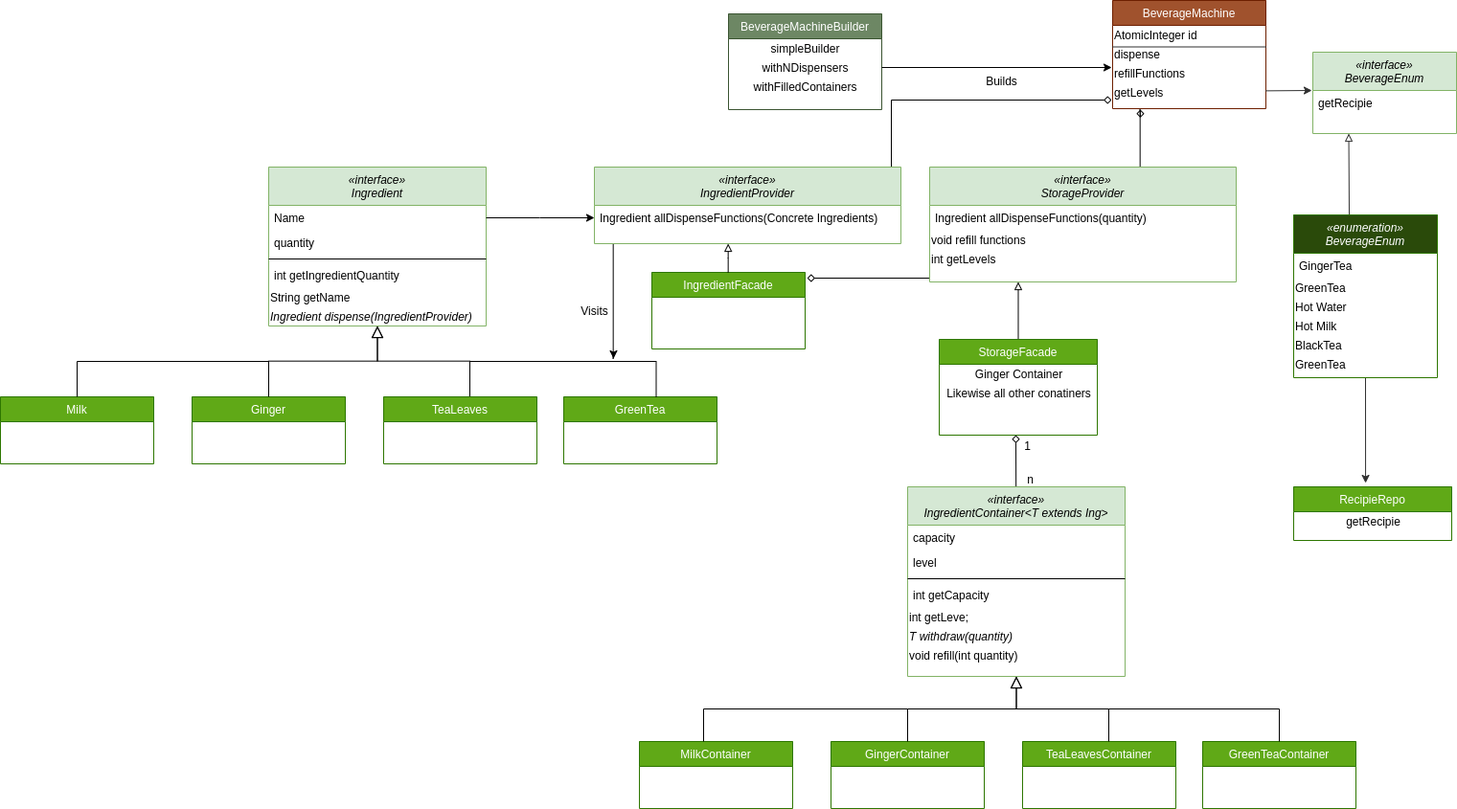
Before: beverage_machine.png, a diagram exported from draw.io (kushagra-explore/beverage-machine). Source tidied: cells renumbered, new cells last; positions are measured from the earlier drawing's top-left corner, leaving out a move shared by most shapes.
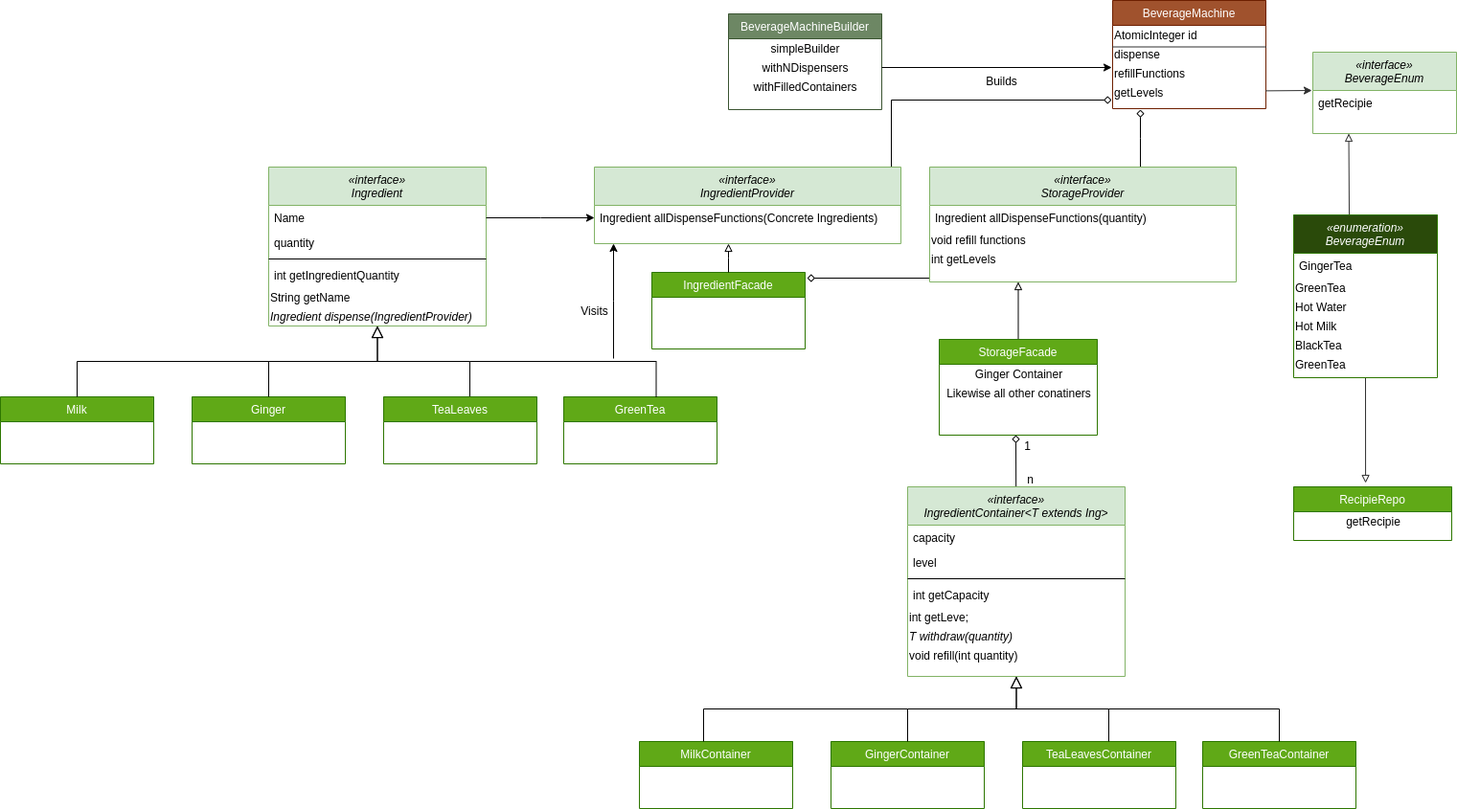
Later version of the same file.

Commit message:
visitor arrow reversed

Diff of the diagram source:
```diff
@@ -76,9 +76,9 @@
     <mxCell id="20" style="edgeStyle=elbowEdgeStyle;rounded=0;jettySize=auto;html=1;endArrow=block;endFill=0;" parent="1" edge="1" source="19" target="23">
       <mxGeometry relative="1" as="geometry" />
     </mxCell>
-    <mxCell id="21" style="edgeStyle=elbowEdgeStyle;rounded=0;jettySize=auto;html=1;endArrow=classic;endFill=1;" parent="1" edge="1" source="23">
+    <mxCell id="21" style="edgeStyle=elbowEdgeStyle;rounded=0;jettySize=auto;html=1;endArrow=classic;endFill=1;" parent="1" edge="1" target="23">
       <mxGeometry relative="1" as="geometry">
-        <mxPoint x="640" y="374" as="targetPoint" />
+        <mxPoint x="640" y="374" as="sourcePoint" />
       </mxGeometry>
     </mxCell>
     <mxCell id="22" style="edgeStyle=elbowEdgeStyle;rounded=0;jettySize=auto;html=1;endArrow=diamond;endFill=0;strokeWidth=1;" parent="1" edge="1" source="23">
@@ -257,7 +257,7 @@
         <mxPoint x="1408" y="224" as="sourcePoint" />
       </mxGeometry>
     </mxCell>
-    <mxCell id="70" style="edgeStyle=none;rounded=0;jumpSize=2;jettySize=auto;html=1;exitX=0.5;exitY=1;exitDx=0;exitDy=0;entryX=0.455;entryY=-0.071;entryDx=0;entryDy=0;entryPerimeter=0;startSize=6;endArrow=classic;endFill=1;endSize=6;strokeColor=#303030;strokeWidth=1;fontSize=1;" parent="1" edge="1" source="71" target="81">
+    <mxCell id="70" style="edgeStyle=none;rounded=0;jumpSize=2;jettySize=auto;html=1;exitX=0.5;exitY=1;exitDx=0;exitDy=0;entryX=0.455;entryY=-0.071;entryDx=0;entryDy=0;entryPerimeter=0;startSize=6;endArrow=block;endFill=0;endSize=6;strokeColor=#303030;strokeWidth=1;fontSize=1;" parent="1" edge="1" source="71" target="81">
       <mxGeometry relative="1" as="geometry" />
     </mxCell>
     <mxCell id="71" value="«enumeration»&#10;BeverageEnum" style="swimlane;fontStyle=2;align=center;verticalAlign=top;horizontal=1;startSize=40;rounded=0;shadow=0;strokeWidth=1;strokeColor=#2D7600;fontColor=#ffffff;fillColor=#2A4A0A;" parent="1" vertex="1">
```
